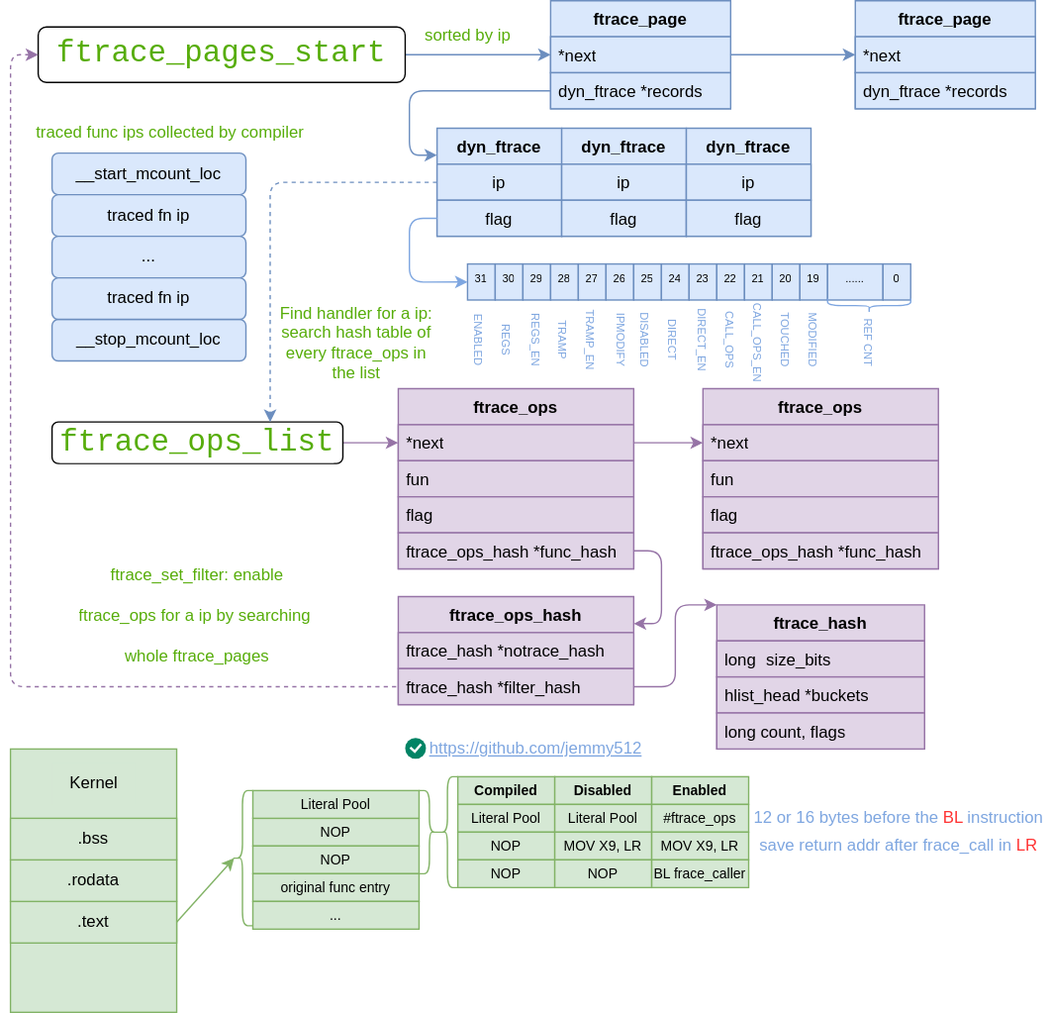
Earlier version of the draw.io export images/kernel/trace-ftrace-arch.svg (jemmy512/book-notes). Source tidied: cells renumbered, new cells last; positions are measured from the earlier drawing's top-left corner, leaving out a move shared by most shapes.
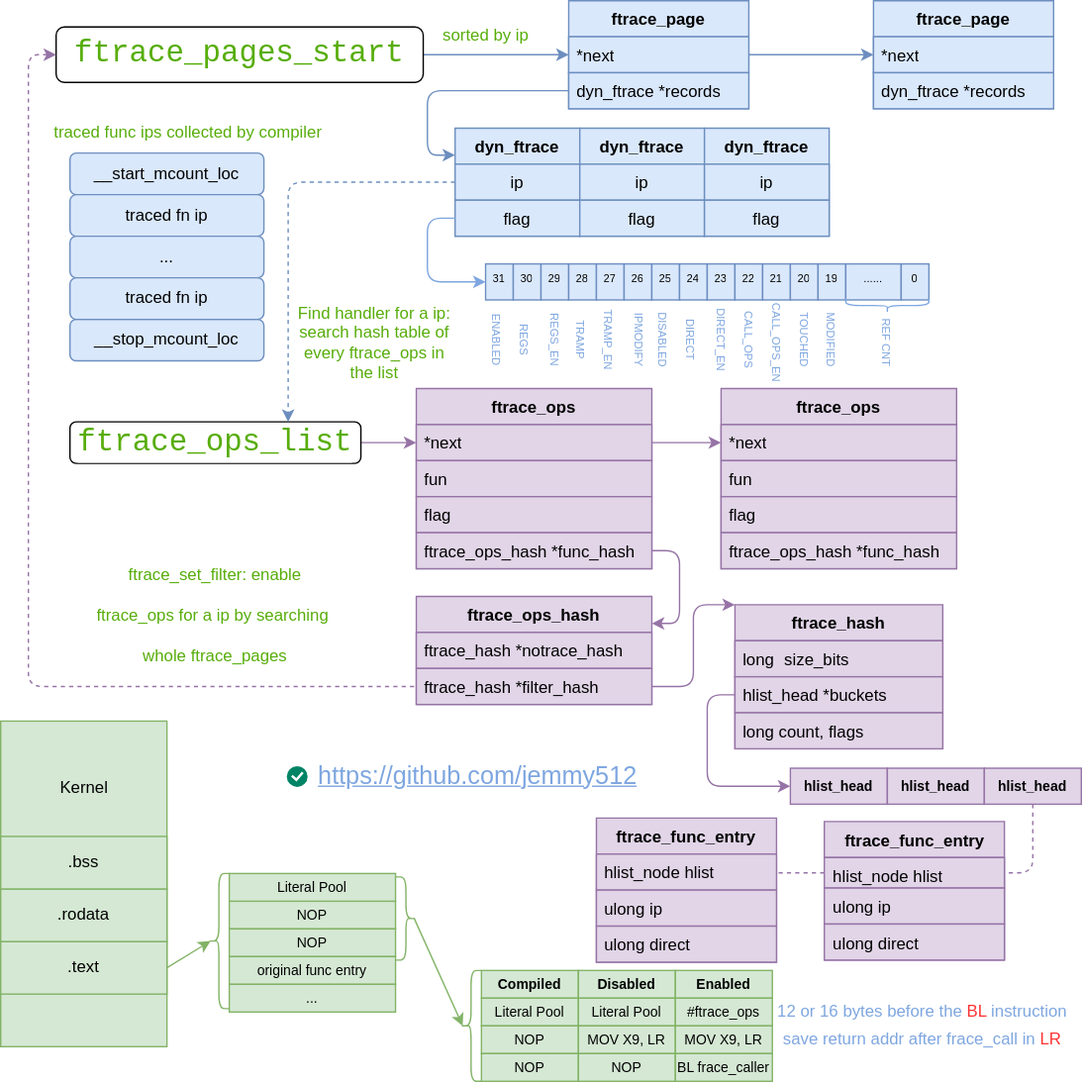
The same file after the commit.

Diff of the diagram source:
```diff
@@ -145,89 +145,50 @@
     <mxCell id="47" value="traced func ips collected by compiler" style="text;html=1;align=center;verticalAlign=middle;strokeColor=none;fillColor=none;fontColor=#57AD0A;" parent="1" vertex="1">
       <mxGeometry x="5" y="80" width="220" height="30" as="geometry" />
     </mxCell>
-    <mxCell id="48" style="rounded=0;whiteSpace=wrap;html=1;fillColor=#d5e8d4;strokeColor=#82b366;" parent="1" vertex="1">
-      <mxGeometry y="540" width="120" height="190" as="geometry" />
-    </mxCell>
-    <mxCell id="49" value=".text" style="rounded=0;whiteSpace=wrap;html=1;fillColor=#d5e8d4;strokeColor=#82b366;" parent="1" vertex="1">
-      <mxGeometry y="650" width="120" height="30" as="geometry" />
-    </mxCell>
-    <mxCell id="50" value=".rodata" style="rounded=0;whiteSpace=wrap;html=1;fillColor=#d5e8d4;strokeColor=#82b366;" parent="1" vertex="1">
-      <mxGeometry y="620" width="120" height="30" as="geometry" />
-    </mxCell>
-    <mxCell id="51" value=".bss" style="rounded=0;whiteSpace=wrap;html=1;fillColor=#d5e8d4;strokeColor=#82b366;" parent="1" vertex="1">
-      <mxGeometry y="590" width="120" height="30" as="geometry" />
-    </mxCell>
-    <mxCell id="52" value="NOP" style="rounded=0;whiteSpace=wrap;html=1;fillColor=#d5e8d4;strokeColor=#82b366;fontSize=10;" parent="1" vertex="1">
-      <mxGeometry x="175" y="590" width="120" height="20" as="geometry" />
-    </mxCell>
-    <mxCell id="53" value="NOP" style="rounded=0;whiteSpace=wrap;html=1;fillColor=#d5e8d4;strokeColor=#82b366;fontSize=10;" parent="1" vertex="1">
-      <mxGeometry x="175" y="610" width="120" height="20" as="geometry" />
-    </mxCell>
-    <mxCell id="54" value="original func entry" style="rounded=0;whiteSpace=wrap;html=1;fillColor=#d5e8d4;strokeColor=#82b366;fontSize=10;" parent="1" vertex="1">
-      <mxGeometry x="175" y="630" width="120" height="20" as="geometry" />
-    </mxCell>
-    <mxCell id="55" value="..." style="rounded=0;whiteSpace=wrap;html=1;fillColor=#d5e8d4;strokeColor=#82b366;fontSize=10;" parent="1" vertex="1">
-      <mxGeometry x="175" y="650" width="120" height="20" as="geometry" />
-    </mxCell>
-    <mxCell id="56" style="shape=curlyBracket;whiteSpace=wrap;html=1;rounded=1;labelPosition=left;verticalLabelPosition=middle;align=right;verticalAlign=middle;fillColor=#d5e8d4;strokeColor=#82b366;fontSize=10;" parent="1" vertex="1">
-      <mxGeometry x="160" y="570" width="15" height="97.5" as="geometry" />
-    </mxCell>
-    <mxCell id="57" style="rounded=0;jettySize=auto;html=1;entryX=0.1;entryY=0.5;entryDx=0;entryDy=0;entryPerimeter=0;exitX=1;exitY=0.5;exitDx=0;exitDy=0;fillColor=#d5e8d4;strokeColor=#82b366;" parent="1" edge="1" source="49" target="56">
-      <mxGeometry relative="1" as="geometry" />
-    </mxCell>
-    <mxCell id="58" style="shape=curlyBracket;whiteSpace=wrap;html=1;rounded=1;flipH=1;labelPosition=right;verticalLabelPosition=middle;align=left;verticalAlign=middle;fillColor=#d5e8d4;strokeColor=#82b366;" parent="1" vertex="1">
-      <mxGeometry x="295" y="570" width="15" height="60" as="geometry" />
-    </mxCell>
     <mxCell id="59" style="shape=curlyBracket;whiteSpace=wrap;html=1;rounded=1;labelPosition=left;verticalLabelPosition=middle;align=right;verticalAlign=middle;fillColor=#d5e8d4;strokeColor=#82b366;" parent="1" vertex="1">
-      <mxGeometry x="308" y="560" width="15" height="80" as="geometry" />
+      <mxGeometry x="312" y="700" width="15" height="80" as="geometry" />
     </mxCell>
-    <mxCell id="60" value="Kernel" style="text;html=1;align=center;verticalAlign=middle;strokeColor=none;fillColor=#d5e8d4;" parent="1" vertex="1">
-      <mxGeometry x="30" y="550" width="60" height="30" as="geometry" />
-    </mxCell>
     <mxCell id="61" style="html=1;shadow=0;dashed=0;shape=mxgraph.atlassian.checkbox;fillColor=#008465;strokeColor=none;html=1;sketch=0;fontSize=16;" parent="1" vertex="1">
-      <mxGeometry x="285" y="532" width="15" height="15" as="geometry" />
+      <mxGeometry x="186.5" y="552.5" width="15" height="15" as="geometry" />
     </mxCell>
-    <mxCell id="62" value="https://github.com/jemmy512" style="text;html=1;strokeColor=none;fillColor=none;whiteSpace=wrap;align=center;verticalAlign=middle;fontColor=#7EA6E0;fontStyle=4;fontSize=12;" parent="1" vertex="1">
-      <mxGeometry x="294.1" y="520" width="170.9" height="40" as="geometry" />
+    <mxCell id="62" value="https://github.com/jemmy512" style="text;html=1;strokeColor=none;fillColor=none;whiteSpace=wrap;align=center;verticalAlign=middle;fontColor=#7EA6E0;fontStyle=4;fontSize=18;" parent="1" vertex="1">
+      <mxGeometry x="239.1" y="540" width="170.9" height="40" as="geometry" />
     </mxCell>
-    <mxCell id="63" value="&lt;span style=&quot;text-wrap: nowrap;&quot;&gt;Literal Pool&lt;/span&gt;" style="rounded=0;whiteSpace=wrap;html=1;fillColor=#d5e8d4;strokeColor=#82b366;fontSize=10;" parent="1" vertex="1">
-      <mxGeometry x="175" y="570" width="120" height="20" as="geometry" />
-    </mxCell>
     <mxCell id="64" value="Compiled" style="rounded=0;whiteSpace=wrap;html=1;fillColor=#d5e8d4;strokeColor=#82b366;fontSize=10;fontStyle=1;" parent="1" vertex="1">
-      <mxGeometry x="323" y="560" width="70" height="20" as="geometry" />
+      <mxGeometry x="327" y="700" width="70" height="20" as="geometry" />
     </mxCell>
     <mxCell id="65" value="&lt;span style=&quot;text-wrap-mode: nowrap;&quot;&gt;Literal Pool&lt;/span&gt;" style="rounded=0;whiteSpace=wrap;html=1;fillColor=#d5e8d4;strokeColor=#82b366;fontSize=10;" parent="1" vertex="1">
-      <mxGeometry x="323" y="580" width="70" height="20" as="geometry" />
+      <mxGeometry x="327" y="720" width="70" height="20" as="geometry" />
     </mxCell>
     <mxCell id="66" value="&lt;span&gt;NOP&lt;/span&gt;" style="rounded=0;whiteSpace=wrap;html=1;fillColor=#d5e8d4;strokeColor=#82b366;fontSize=10;" parent="1" vertex="1">
-      <mxGeometry x="323" y="600" width="70" height="20" as="geometry" />
+      <mxGeometry x="327" y="740" width="70" height="20" as="geometry" />
     </mxCell>
     <mxCell id="67" value="&lt;span&gt;NOP&lt;/span&gt;" style="rounded=0;whiteSpace=wrap;html=1;fillColor=#d5e8d4;strokeColor=#82b366;fontSize=10;" parent="1" vertex="1">
-      <mxGeometry x="323" y="620" width="70" height="20" as="geometry" />
+      <mxGeometry x="327" y="760" width="70" height="20" as="geometry" />
     </mxCell>
     <mxCell id="68" value="Disabled" style="rounded=0;whiteSpace=wrap;html=1;fillColor=#d5e8d4;strokeColor=#82b366;fontSize=10;fontStyle=1;" parent="1" vertex="1">
-      <mxGeometry x="393" y="560" width="70" height="20" as="geometry" />
+      <mxGeometry x="397" y="700" width="70" height="20" as="geometry" />
     </mxCell>
     <mxCell id="69" value="&lt;span style=&quot;text-wrap-mode: nowrap;&quot;&gt;Literal Pool&lt;/span&gt;" style="rounded=0;whiteSpace=wrap;html=1;fillColor=#d5e8d4;strokeColor=#82b366;fontSize=10;" parent="1" vertex="1">
-      <mxGeometry x="393" y="580" width="70" height="20" as="geometry" />
+      <mxGeometry x="397" y="720" width="70" height="20" as="geometry" />
     </mxCell>
     <mxCell id="70" value="&lt;span&gt;MOV X9, LR&lt;/span&gt;" style="rounded=0;whiteSpace=wrap;html=1;fillColor=#d5e8d4;strokeColor=#82b366;fontSize=10;" parent="1" vertex="1">
-      <mxGeometry x="393" y="600" width="70" height="20" as="geometry" />
+      <mxGeometry x="397" y="740" width="70" height="20" as="geometry" />
     </mxCell>
     <mxCell id="71" value="&lt;span&gt;NOP&lt;/span&gt;" style="rounded=0;whiteSpace=wrap;html=1;fillColor=#d5e8d4;strokeColor=#82b366;fontSize=10;" parent="1" vertex="1">
-      <mxGeometry x="393" y="620" width="70" height="20" as="geometry" />
+      <mxGeometry x="397" y="760" width="70" height="20" as="geometry" />
     </mxCell>
     <mxCell id="72" value="Enabled" style="rounded=0;whiteSpace=wrap;html=1;fillColor=#d5e8d4;strokeColor=#82b366;fontSize=10;fontStyle=1;" parent="1" vertex="1">
-      <mxGeometry x="463" y="560" width="70" height="20" as="geometry" />
+      <mxGeometry x="467" y="700" width="70" height="20" as="geometry" />
     </mxCell>
     <mxCell id="73" value="&lt;span&gt;#ftrace_ops&lt;/span&gt;" style="rounded=0;whiteSpace=wrap;html=1;fillColor=#d5e8d4;strokeColor=#82b366;fontSize=10;" parent="1" vertex="1">
-      <mxGeometry x="463" y="580" width="70" height="20" as="geometry" />
+      <mxGeometry x="467" y="720" width="70" height="20" as="geometry" />
     </mxCell>
     <mxCell id="74" value="&lt;span&gt;MOV X9, LR&lt;/span&gt;" style="rounded=0;whiteSpace=wrap;html=1;fillColor=#d5e8d4;strokeColor=#82b366;fontSize=10;" parent="1" vertex="1">
-      <mxGeometry x="463" y="600" width="70" height="20" as="geometry" />
+      <mxGeometry x="467" y="740" width="70" height="20" as="geometry" />
     </mxCell>
     <mxCell id="75" value="&lt;span&gt;BL frace_caller&lt;/span&gt;" style="rounded=0;whiteSpace=wrap;html=1;fillColor=#d5e8d4;strokeColor=#82b366;fontSize=10;" parent="1" vertex="1">
-      <mxGeometry x="463" y="620" width="70" height="20" as="geometry" />
+      <mxGeometry x="467" y="760" width="70" height="20" as="geometry" />
     </mxCell>
     <mxCell id="76" value="sorted by ip" style="text;html=1;align=center;verticalAlign=middle;strokeColor=none;fillColor=none;fontColor=#57AD0A;" parent="1" vertex="1">
       <mxGeometry x="285" y="10" width="90" height="30" as="geometry" />
@@ -253,10 +214,10 @@
       </mxGeometry>
     </mxCell>
     <mxCell id="82" value="&lt;p dir=&quot;auto&quot; style=&quot;caret-color: rgb(0, 0, 0); text-align: start; white-space-collapse: preserve;&quot;&gt;12 or 16 bytes before the &lt;font style=&quot;color: rgb(255, 51, 51);&quot;&gt;BL&lt;/font&gt; instruction&lt;/p&gt;" style="text;html=1;align=center;verticalAlign=middle;whiteSpace=wrap;rounded=0;fontSize=12;fontColor=#7EA6E0;" parent="1" vertex="1">
-      <mxGeometry x="533" y="575" width="217" height="30" as="geometry" />
+      <mxGeometry x="537" y="715" width="217" height="30" as="geometry" />
     </mxCell>
     <mxCell id="83" value="&lt;font&gt;save return addr after frace_call in &lt;font style=&quot;color: rgb(255, 51, 51);&quot;&gt;LR&lt;/font&gt;&lt;/font&gt;" style="text;html=1;align=center;verticalAlign=middle;whiteSpace=wrap;rounded=0;fontSize=12;fontColor=#7EA6E0;" parent="1" vertex="1">
-      <mxGeometry x="533" y="595" width="217" height="30" as="geometry" />
+      <mxGeometry x="537" y="735" width="217" height="30" as="geometry" />
     </mxCell>
     <mxCell id="84" value="31" style="text;strokeColor=#6c8ebf;fillColor=#dae8fc;align=center;verticalAlign=top;spacingLeft=4;spacingRight=4;overflow=hidden;points=[[0,0.5],[1,0.5]];portConstraint=eastwest;whiteSpace=wrap;html=1;fontSize=8;" parent="1" vertex="1">
       <mxGeometry x="330" y="190" width="20" height="26" as="geometry" />
@@ -351,5 +312,98 @@
     <mxCell id="114" style="edgeStyle=orthogonalEdgeStyle;rounded=1;jettySize=auto;html=1;entryX=0;entryY=0.5;entryDx=0;entryDy=0;fontColor=#7EA6E0;strokeColor=#7EA6E0;curved=0;" parent="1" edge="1" source="8" target="84">
       <mxGeometry relative="1" as="geometry" />
     </mxCell>
+    <mxCell id="115" style="edgeStyle=orthogonalEdgeStyle;rounded=1;jettySize=auto;html=1;fontFamily=Helvetica;fontSize=10;fontColor=default;fontStyle=1;curved=0;fillColor=#e1d5e7;strokeColor=#9673a6;exitX=0.5;exitY=1;exitDx=0;exitDy=0;endArrow=none;endFill=0;dashed=1;" parent="1" edge="1" source="118" target="120">
+      <mxGeometry relative="1" as="geometry" />
+    </mxCell>
+    <mxCell id="116" value="hlist_head" style="rounded=0;whiteSpace=wrap;html=1;fillColor=#e1d5e7;strokeColor=#9673a6;fontSize=10;fontStyle=1;" parent="1" vertex="1">
+      <mxGeometry x="550" y="554" width="70" height="26" as="geometry" />
+    </mxCell>
+    <mxCell id="117" value="hlist_head" style="rounded=0;whiteSpace=wrap;html=1;fillColor=#e1d5e7;strokeColor=#9673a6;fontSize=10;fontStyle=1;" parent="1" vertex="1">
+      <mxGeometry x="620" y="554" width="70" height="26" as="geometry" />
+    </mxCell>
+    <mxCell id="118" value="hlist_head" style="rounded=0;whiteSpace=wrap;html=1;fillColor=#e1d5e7;strokeColor=#9673a6;fontSize=10;fontStyle=1;" parent="1" vertex="1">
+      <mxGeometry x="690" y="554" width="70" height="26" as="geometry" />
+    </mxCell>
+    <mxCell id="119" value="ftrace_func_entry" style="swimlane;fontStyle=1;align=center;verticalAlign=top;horizontal=1;startSize=26;whiteSpace=wrap;html=1;fillColor=#e1d5e7;strokeColor=#9673a6;" parent="1" vertex="1">
+      <mxGeometry x="574.5" y="592.5" width="130" height="100" as="geometry" />
+    </mxCell>
+    <mxCell id="120" value="hlist_node hlist" style="text;strokeColor=#9673a6;fillColor=#e1d5e7;align=left;verticalAlign=top;spacingLeft=4;spacingRight=4;overflow=hidden;points=[[0,0.5],[1,0.5]];portConstraint=eastwest;whiteSpace=wrap;html=1;" parent="119" vertex="1">
+      <mxGeometry y="26" width="130" height="22" as="geometry" />
+    </mxCell>
+    <mxCell id="121" value="ulong ip" style="text;strokeColor=#9673a6;fillColor=#e1d5e7;align=left;verticalAlign=top;spacingLeft=4;spacingRight=4;overflow=hidden;whiteSpace=wrap;html=1;" parent="119" vertex="1">
+      <mxGeometry y="48" width="130" height="26" as="geometry" />
+    </mxCell>
+    <mxCell id="122" value="ulong direct" style="text;strokeColor=#9673a6;fillColor=#e1d5e7;align=left;verticalAlign=top;spacingLeft=4;spacingRight=4;overflow=hidden;whiteSpace=wrap;html=1;" parent="119" vertex="1">
+      <mxGeometry y="74" width="130" height="26" as="geometry" />
+    </mxCell>
+    <mxCell id="123" value="ftrace_func_entry" style="swimlane;fontStyle=1;align=center;verticalAlign=top;horizontal=1;startSize=26;whiteSpace=wrap;html=1;fillColor=#e1d5e7;strokeColor=#9673a6;" parent="1" vertex="1">
+      <mxGeometry x="410" y="590" width="130" height="104" as="geometry" />
+    </mxCell>
+    <mxCell id="124" value="hlist_node hlist" style="text;strokeColor=#9673a6;fillColor=#e1d5e7;align=left;verticalAlign=top;spacingLeft=4;spacingRight=4;overflow=hidden;points=[[0,0.5],[1,0.5]];portConstraint=eastwest;whiteSpace=wrap;html=1;" parent="123" vertex="1">
+      <mxGeometry y="26" width="130" height="26" as="geometry" />
+    </mxCell>
+    <mxCell id="125" value="ulong ip" style="text;strokeColor=#9673a6;fillColor=#e1d5e7;align=left;verticalAlign=top;spacingLeft=4;spacingRight=4;overflow=hidden;whiteSpace=wrap;html=1;" parent="123" vertex="1">
+      <mxGeometry y="52" width="130" height="26" as="geometry" />
+    </mxCell>
+    <mxCell id="126" value="ulong direct" style="text;strokeColor=#9673a6;fillColor=#e1d5e7;align=left;verticalAlign=top;spacingLeft=4;spacingRight=4;overflow=hidden;whiteSpace=wrap;html=1;" parent="123" vertex="1">
+      <mxGeometry y="78" width="130" height="26" as="geometry" />
+    </mxCell>
+    <mxCell id="127" style="edgeStyle=orthogonalEdgeStyle;curved=0;rounded=1;jettySize=auto;html=1;entryX=1;entryY=0.5;entryDx=0;entryDy=0;strokeColor=#9673a6;align=center;verticalAlign=middle;fontFamily=Helvetica;fontSize=10;fontColor=default;fontStyle=1;labelBackgroundColor=default;endArrow=none;fillColor=#e1d5e7;exitX=0;exitY=0.5;exitDx=0;exitDy=0;dashed=1;endFill=0;" parent="1" edge="1" source="120" target="124">
+      <mxGeometry relative="1" as="geometry" />
+    </mxCell>
+    <mxCell id="57" style="rounded=1;jettySize=auto;html=1;entryX=0.1;entryY=0.5;entryDx=0;entryDy=0;entryPerimeter=0;strokeColor=#82b366;align=center;verticalAlign=middle;fontFamily=Helvetica;fontSize=10;fontColor=default;fontStyle=1;labelBackgroundColor=default;endArrow=classic;fillColor=#d5e8d4;exitX=1;exitY=0.5;exitDx=0;exitDy=0;" parent="1" edge="1" source="49" target="56">
+      <mxGeometry relative="1" as="geometry" />
+    </mxCell>
+    <mxCell id="128" style="group;" parent="1" vertex="1">
+      <mxGeometry x="-20" y="540" width="120" height="215" as="geometry" />
+    </mxCell>
+    <mxCell id="48" style="rounded=0;whiteSpace=wrap;html=1;fillColor=#d5e8d4;strokeColor=#82b366;" parent="128" vertex="1">
+      <mxGeometry y="-20" width="120" height="235" as="geometry" />
+    </mxCell>
+    <mxCell id="49" value=".text" style="rounded=0;whiteSpace=wrap;html=1;fillColor=#d5e8d4;strokeColor=#82b366;" parent="128" vertex="1">
+      <mxGeometry y="139.1" width="120" height="37.9" as="geometry" />
+    </mxCell>
+    <mxCell id="50" value=".rodata" style="rounded=0;whiteSpace=wrap;html=1;fillColor=#d5e8d4;strokeColor=#82b366;" parent="128" vertex="1">
+      <mxGeometry y="101.2" width="120" height="37.9" as="geometry" />
+    </mxCell>
+    <mxCell id="51" value=".bss" style="rounded=0;whiteSpace=wrap;html=1;fillColor=#d5e8d4;strokeColor=#82b366;" parent="128" vertex="1">
+      <mxGeometry y="63.2" width="120" height="37.9" as="geometry" />
+    </mxCell>
+    <mxCell id="60" value="Kernel" style="text;html=1;align=center;verticalAlign=middle;strokeColor=none;fillColor=#d5e8d4;" parent="128" vertex="1">
+      <mxGeometry x="30" y="12.6" width="60" height="30" as="geometry" />
+    </mxCell>
+    <mxCell id="129" style="edgeStyle=orthogonalEdgeStyle;curved=0;rounded=1;jettySize=auto;html=1;entryX=0;entryY=0.5;entryDx=0;entryDy=0;strokeColor=#9673a6;align=center;verticalAlign=middle;fontFamily=Helvetica;fontSize=11;fontColor=default;labelBackgroundColor=default;endArrow=classic;fillColor=#e1d5e7;" parent="1" edge="1" source="79" target="116">
+      <mxGeometry relative="1" as="geometry" />
+    </mxCell>
+    <mxCell id="130" style="rounded=1;jettySize=auto;html=1;entryX=0.1;entryY=0.5;entryDx=0;entryDy=0;entryPerimeter=0;strokeColor=#82b366;align=center;verticalAlign=middle;fontFamily=Helvetica;fontSize=11;fontColor=default;labelBackgroundColor=default;endArrow=classic;fillColor=#d5e8d4;exitX=0.1;exitY=0.5;exitDx=0;exitDy=0;exitPerimeter=0;" parent="1" edge="1" source="58" target="59">
+      <mxGeometry relative="1" as="geometry" />
+    </mxCell>
+    <mxCell id="131" style="group;" parent="1" vertex="1">
+      <mxGeometry x="130" y="630" width="150" height="100" as="geometry" />
+    </mxCell>
+    <mxCell id="58" style="shape=curlyBracket;whiteSpace=wrap;html=1;rounded=1;flipH=1;labelPosition=right;verticalLabelPosition=middle;align=left;verticalAlign=middle;fillColor=#d5e8d4;strokeColor=#82b366;" parent="131" vertex="1">
+      <mxGeometry x="135" y="2.5" width="15" height="60" as="geometry" />
+    </mxCell>
+    <mxCell id="132" style="group;" parent="131" vertex="1">
+      <mxGeometry width="135" height="100" as="geometry" />
+    </mxCell>
+    <mxCell id="52" value="NOP" style="rounded=0;whiteSpace=wrap;html=1;fillColor=#d5e8d4;strokeColor=#82b366;fontSize=10;" parent="132" vertex="1">
+      <mxGeometry x="15" y="20" width="120" height="20" as="geometry" />
+    </mxCell>
+    <mxCell id="53" value="NOP" style="rounded=0;whiteSpace=wrap;html=1;fillColor=#d5e8d4;strokeColor=#82b366;fontSize=10;" parent="132" vertex="1">
+      <mxGeometry x="15" y="40" width="120" height="20" as="geometry" />
+    </mxCell>
+    <mxCell id="54" value="original func entry" style="rounded=0;whiteSpace=wrap;html=1;fillColor=#d5e8d4;strokeColor=#82b366;fontSize=10;" parent="132" vertex="1">
+      <mxGeometry x="15" y="60" width="120" height="20" as="geometry" />
+    </mxCell>
+    <mxCell id="55" value="..." style="rounded=0;whiteSpace=wrap;html=1;fillColor=#d5e8d4;strokeColor=#82b366;fontSize=10;" parent="132" vertex="1">
+      <mxGeometry x="15" y="80" width="120" height="20" as="geometry" />
+    </mxCell>
+    <mxCell id="56" style="shape=curlyBracket;whiteSpace=wrap;html=1;rounded=1;labelPosition=left;verticalLabelPosition=middle;align=right;verticalAlign=middle;fillColor=#d5e8d4;strokeColor=#82b366;fontSize=10;" parent="132" vertex="1">
+      <mxGeometry width="15" height="97.5" as="geometry" />
+    </mxCell>
+    <mxCell id="63" value="&lt;span style=&quot;text-wrap: nowrap;&quot;&gt;Literal Pool&lt;/span&gt;" style="rounded=0;whiteSpace=wrap;html=1;fillColor=#d5e8d4;strokeColor=#82b366;fontSize=10;" parent="132" vertex="1">
+      <mxGeometry x="15" width="120" height="20" as="geometry" />
+    </mxCell>
   </root>
 </mxGraphModel>
```
